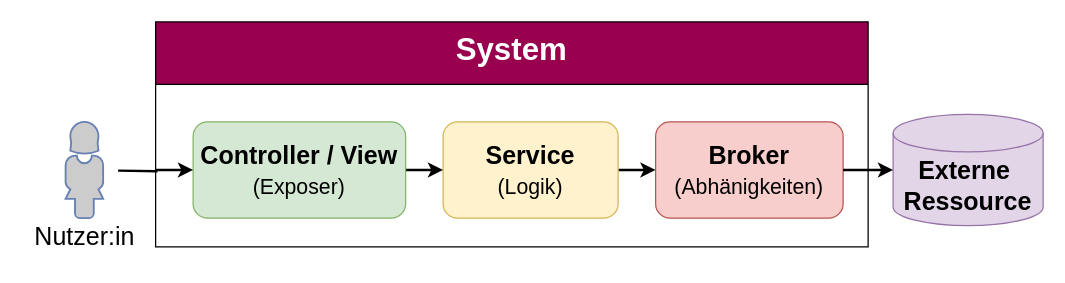
Earlier version of the draw.io diagram page "TheStandard" (8 of 8) of Parlivote.Shared/Documentation/Untitled Diagram.drawio (schnickalodeon/Parlivote). Source tidied: cells renumbered, new cells numbered last; positions are measured from the earlier drawing's top-left corner, leaving out a move shared by most shapes. Both pictures are drawn from the tidied source at 125%, with x=0, y=0 at pixel (21, 21).
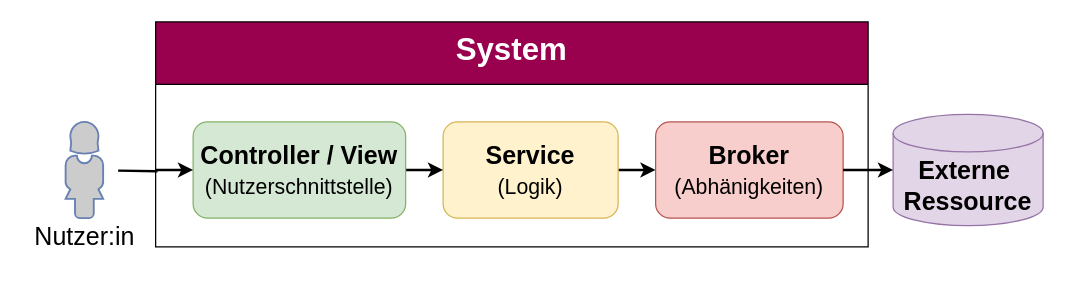
Above is the later version.

What changed in the source:
```diff
@@
 <mxGraphModel>
   <root>
     <mxCell id="0" />
     <mxCell id="1" parent="0" />
     <mxCell id="2" value="System" style="swimlane;fontSize=25;fontColor=#FFFFFF;strokeColor=#000000;strokeWidth=1;fillColor=#99004D;startSize=50;verticalAlign=top;" parent="1" vertex="1">
       <mxGeometry x="107" width="570" height="180" as="geometry" />
     </mxCell>
     <mxCell id="3" style="edgeStyle=orthogonalEdgeStyle;rounded=0;jettySize=auto;html=1;fontSize=16;strokeWidth=2;" parent="2" edge="1" source="4" target="7">
       <mxGeometry relative="1" as="geometry" />
     </mxCell>
     <mxCell id="4" value="&lt;b&gt;Service&lt;/b&gt;&lt;br&gt;&lt;font style=&quot;font-size: 17px;&quot;&gt;(Logik)&lt;/font&gt;" style="rounded=1;whiteSpace=wrap;html=1;fontSize=20;strokeColor=#d6b656;strokeWidth=1;fillColor=#fff2cc;" parent="2" vertex="1">
       <mxGeometry x="230" y="80" width="140" height="77" as="geometry" />
     </mxCell>
     <mxCell id="5" style="edgeStyle=orthogonalEdgeStyle;rounded=0;jettySize=auto;html=1;fontSize=16;strokeWidth=2;" parent="2" edge="1" source="6" target="4">
       <mxGeometry relative="1" as="geometry" />
     </mxCell>
-    <mxCell id="6" value="&lt;b&gt;Controller / View&lt;/b&gt;&lt;br&gt;&lt;font style=&quot;font-size: 17px;&quot;&gt;(Exposer)&lt;/font&gt;" style="rounded=1;whiteSpace=wrap;html=1;fontSize=20;strokeColor=#82b366;strokeWidth=1;fillColor=#d5e8d4;" parent="2" vertex="1">
+    <mxCell id="6" value="&lt;b&gt;Controller / View&lt;/b&gt;&lt;br&gt;&lt;font style=&quot;font-size: 17px;&quot;&gt;(Nutzerschnittstelle)&lt;/font&gt;" style="rounded=1;whiteSpace=wrap;html=1;fontSize=20;strokeColor=#82b366;strokeWidth=1;fillColor=#d5e8d4;" parent="2" vertex="1">
       <mxGeometry x="30" y="80" width="170" height="77" as="geometry" />
     </mxCell>
     <mxCell id="7" value="&lt;b&gt;Broker&lt;/b&gt;&lt;br&gt;&lt;font style=&quot;font-size: 17px;&quot;&gt;(Abhänigkeiten)&lt;/font&gt;" style="rounded=1;whiteSpace=wrap;html=1;fontSize=20;strokeColor=#b85450;strokeWidth=1;fillColor=#f8cecc;" parent="2" vertex="1">
       <mxGeometry x="400" y="80" width="150" height="77" as="geometry" />
     </mxCell>
     <mxCell id="8" style="edgeStyle=orthogonalEdgeStyle;rounded=0;jettySize=auto;html=1;entryX=0;entryY=0.5;entryDx=0;entryDy=0;fontSize=17;strokeWidth=2;" parent="1" edge="1" target="6">
       <mxGeometry relative="1" as="geometry">
         <mxPoint x="77" y="119" as="sourcePoint" />
       </mxGeometry>
     </mxCell>
     <mxCell id="9" value="&lt;font style=&quot;font-size: 20px;&quot;&gt;Externe&amp;nbsp;&lt;br&gt;Ressource&lt;/font&gt;" style="shape=cylinder3;whiteSpace=wrap;html=1;boundedLbl=1;backgroundOutline=1;size=15;fontSize=17;fillColor=#e1d5e7;strokeColor=#9673a6;fontStyle=1;" parent="1" vertex="1">
       <mxGeometry x="697" y="74" width="120" height="89" as="geometry" />
     </mxCell>
     <mxCell id="10" style="edgeStyle=orthogonalEdgeStyle;rounded=0;jettySize=auto;html=1;exitX=1;exitY=0.5;exitDx=0;exitDy=0;entryX=0;entryY=0.5;entryDx=0;entryDy=0;entryPerimeter=0;fontSize=17;strokeWidth=2;" parent="1" edge="1" source="7" target="9">
       <mxGeometry relative="1" as="geometry" />
     </mxCell>
     <mxCell id="11" style="fontColor=#0066CC;verticalAlign=top;verticalLabelPosition=bottom;labelPosition=center;align=center;html=1;fillColor=#CCCCCC;strokeColor=#6881B3;gradientColor=none;gradientDirection=north;strokeWidth=2;shape=mxgraph.networks.user_female;labelBackgroundColor=none;fontSize=20;" parent="1" vertex="1">
       <mxGeometry x="34.6" y="80" width="30.8" height="77" as="geometry" />
     </mxCell>
     <mxCell id="12" value="Nutzer:in" style="text;html=1;align=center;verticalAlign=middle;strokeColor=none;fillColor=none;fontSize=20;" parent="1" vertex="1">
       <mxGeometry y="151" width="100" height="40" as="geometry" />
     </mxCell>
   </root>
 </mxGraphModel>
```
